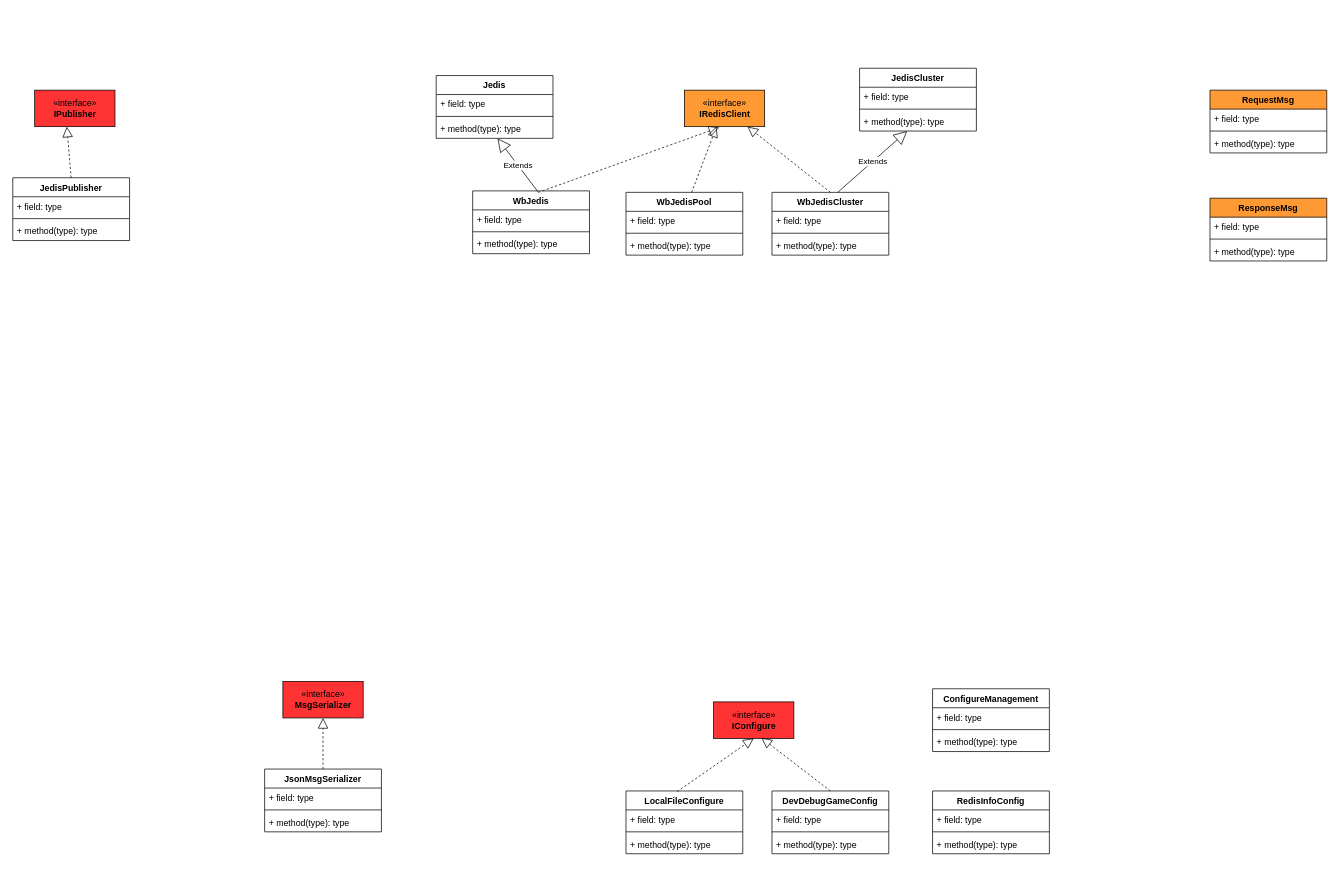
Before: page "gateway-sender" (2 of 4) of mq/gateway.drawio in tadsimons/draw, a draw.io diagram. Source tidied: cells renumbered, new cells numbered last; positions are measured from the earlier drawing's top-left corner, leaving out a move shared by most shapes. Both pictures are drawn from the tidied source at 73%, with x=0, y=0 at pixel (12, 68).
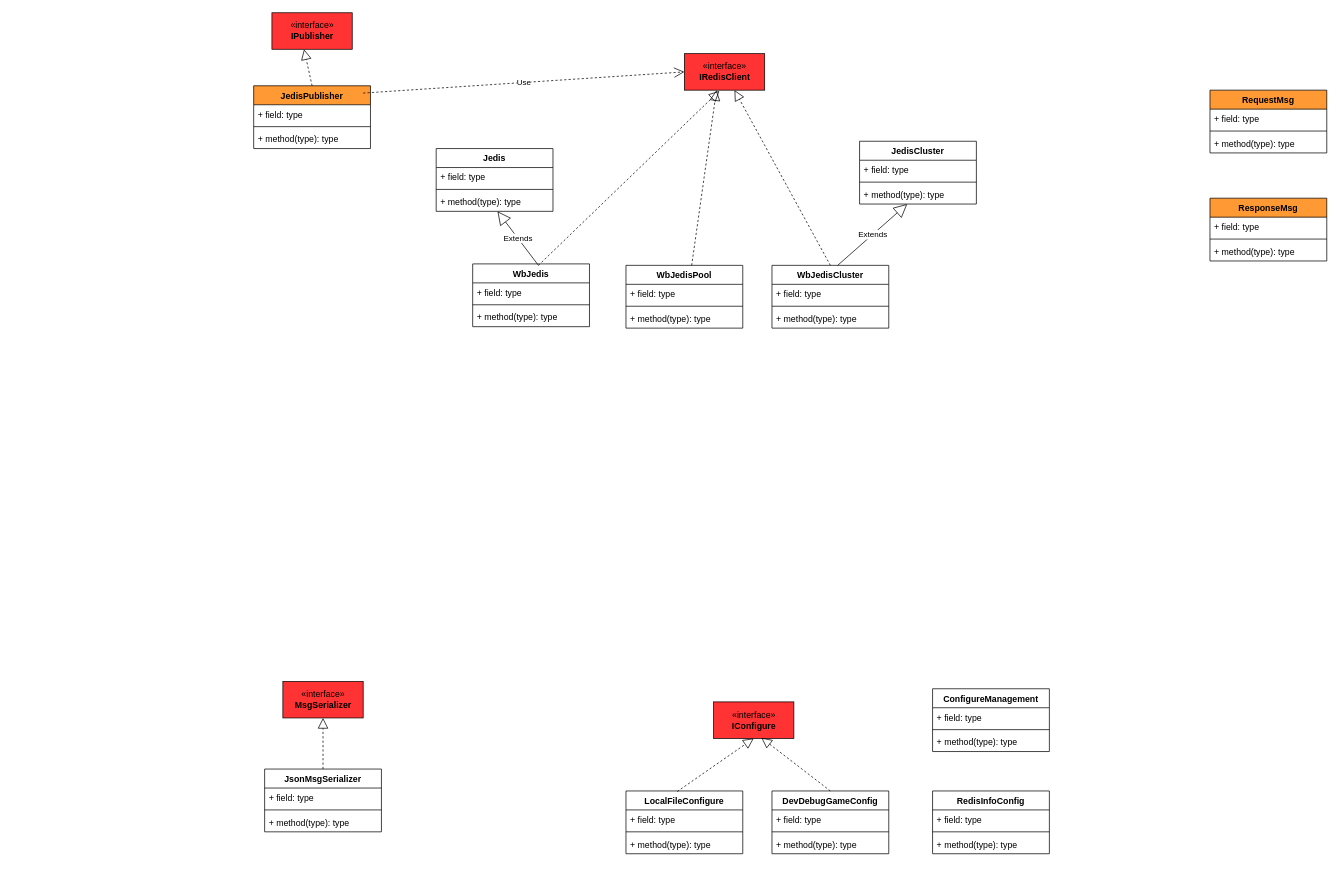
Above is the later version.

The edit, as a diff of the source:
```diff
@@
     <mxCell id="2" value="«interface»&lt;br&gt;&lt;b&gt;IPublisher&lt;/b&gt;" style="html=1;fillColor=#FF3333;" parent="1" vertex="1">
-      <mxGeometry x="30" y="30" width="110" height="50" as="geometry" />
+      <mxGeometry x="355" y="-76" width="110" height="50" as="geometry" />
     </mxCell>
-    <mxCell id="3" value="JedisPublisher" style="swimlane;fontStyle=1;align=center;verticalAlign=top;horizontal=1;startSize=26;" parent="1" vertex="1">
-      <mxGeometry y="150" width="160" height="86" as="geometry" />
+    <mxCell id="3" value="JedisPublisher" style="swimlane;fontStyle=1;align=center;verticalAlign=top;horizontal=1;startSize=26;fillColor=#FF9933;" parent="1" vertex="1">
+      <mxGeometry x="330" y="24" width="160" height="86" as="geometry" />
     </mxCell>
@@
+    <mxCell id="67" value="Use" style="endArrow=open;endSize=12;dashed=1;html=1;entryX=0;entryY=0.5;entryDx=0;entryDy=0;" parent="3" edge="1" target="8">
+      <mxGeometry relative="1" as="geometry">
+        <mxPoint x="150" y="10" as="sourcePoint" />
+      </mxGeometry>
+    </mxCell>
@@
-    <mxCell id="8" value="«interface»&lt;br&gt;&lt;b&gt;IRedisClient&lt;/b&gt;" style="html=1;fillColor=#FF9933;" parent="1" vertex="1">
-      <mxGeometry x="920" y="30" width="110" height="50" as="geometry" />
+    <mxCell id="8" value="«interface»&lt;br&gt;&lt;b&gt;IRedisClient&lt;/b&gt;" style="html=1;fillColor=#FF3333;" parent="1" vertex="1">
+      <mxGeometry x="920" y="-20" width="110" height="50" as="geometry" />
     </mxCell>
     <mxCell id="9" value="WbJedisPool" style="swimlane;fontStyle=1;align=center;verticalAlign=top;horizontal=1;startSize=26;" parent="1" vertex="1">
-      <mxGeometry x="840" y="170" width="160" height="86" as="geometry" />
+      <mxGeometry x="840" y="270" width="160" height="86" as="geometry" />
     </mxCell>
@@
     <mxCell id="14" value="WbJedisCluster" style="swimlane;fontStyle=1;align=center;verticalAlign=top;horizontal=1;startSize=26;" parent="1" vertex="1">
-      <mxGeometry x="1040" y="170" width="160" height="86" as="geometry" />
+      <mxGeometry x="1040" y="270" width="160" height="86" as="geometry" />
     </mxCell>
@@
     <mxCell id="20" value="JedisCluster" style="swimlane;fontStyle=1;align=center;verticalAlign=top;horizontal=1;startSize=26;" parent="1" vertex="1">
-      <mxGeometry x="1160" width="160" height="86" as="geometry" />
+      <mxGeometry x="1160" y="100" width="160" height="86" as="geometry" />
     </mxCell>
@@
     <mxCell id="24" value="WbJedis" style="swimlane;fontStyle=1;align=center;verticalAlign=top;horizontal=1;startSize=26;" parent="1" vertex="1">
-      <mxGeometry x="630" y="168" width="160" height="86" as="geometry" />
+      <mxGeometry x="630" y="268" width="160" height="86" as="geometry" />
     </mxCell>
@@
     <mxCell id="28" value="Jedis" style="swimlane;fontStyle=1;align=center;verticalAlign=top;horizontal=1;startSize=26;" parent="1" vertex="1">
-      <mxGeometry x="580" y="10" width="160" height="86" as="geometry" />
+      <mxGeometry x="580" y="110" width="160" height="86" as="geometry" />
     </mxCell>
```
